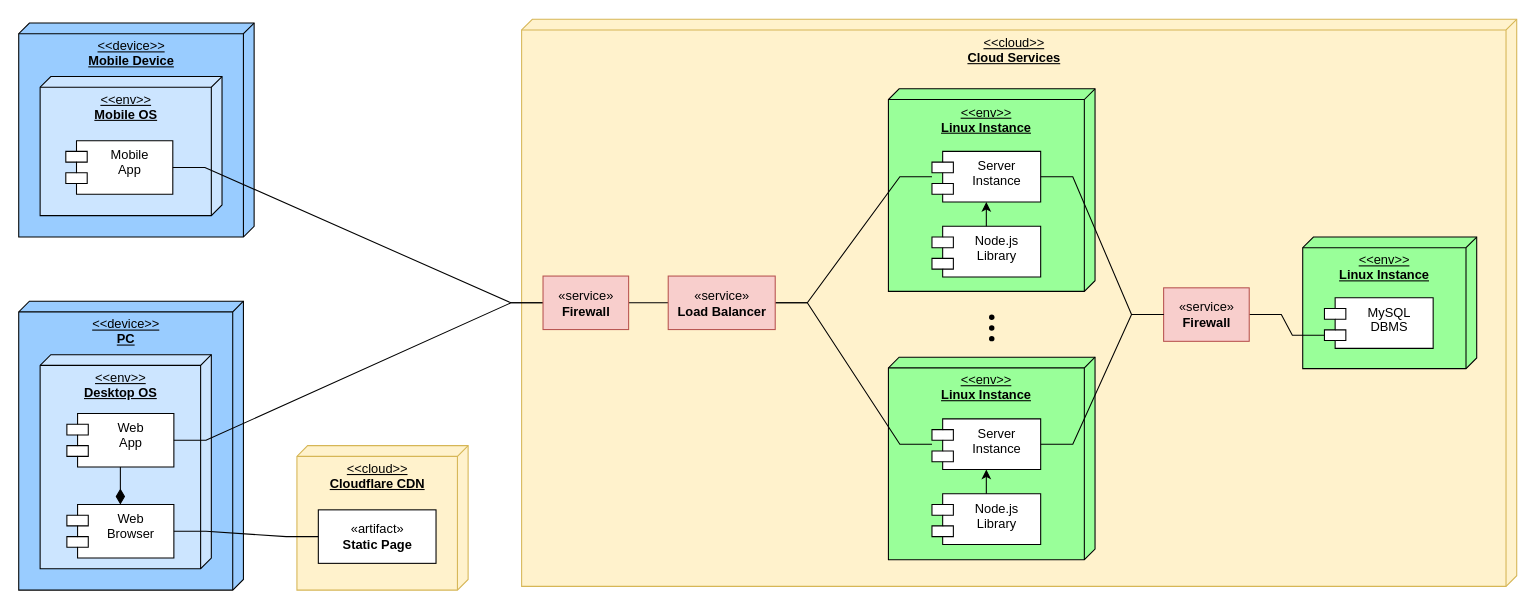
The draw.io diagram DD/images/draw.io/deployment_structure.drawio in andreafra/Software-Engineering-2-Project-2021, before the edit. Source tidied: cells renumbered, new cells numbered last; positions are measured from the earlier drawing's top-left corner, leaving out a move shared by most shapes. Both pictures are drawn from the tidied source at 107%, with x=0, y=0 at pixel (18, 19).
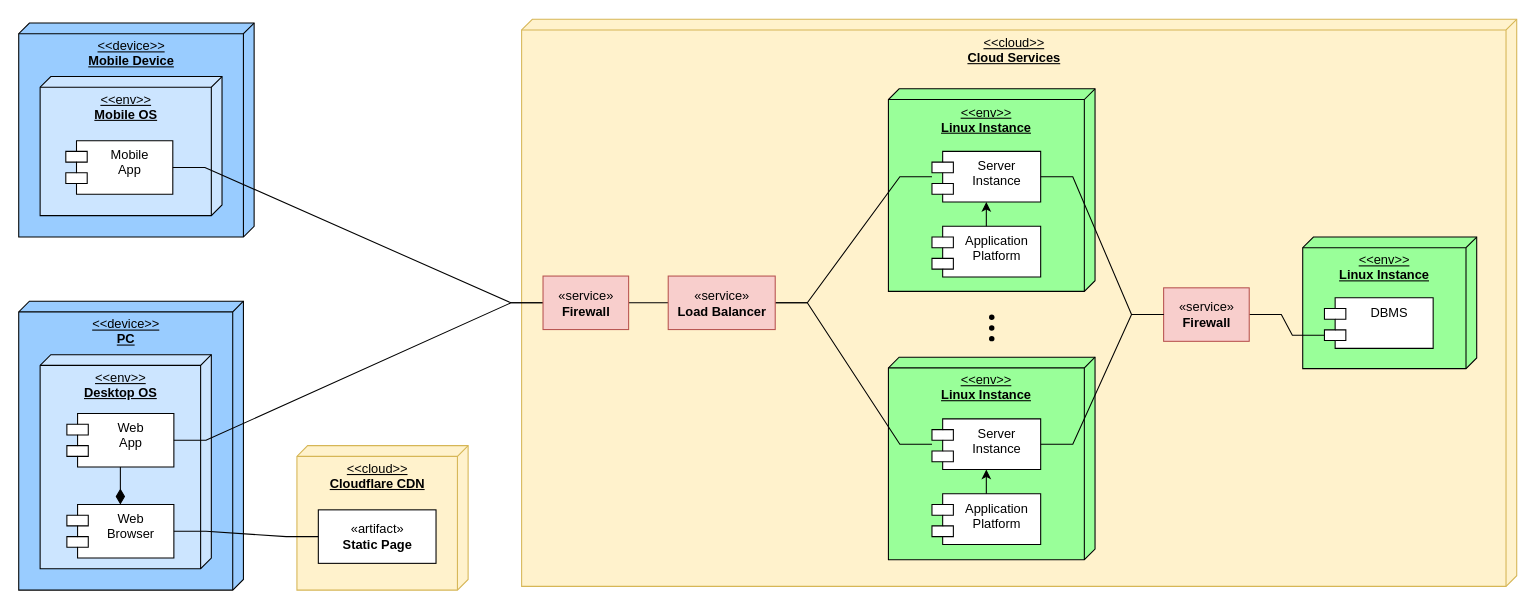
The same diagram, later.

The change refers to these unchanged cells:
```xml
<mxCell id="17" style="group;" parent="1" vertex="1">
  <mxGeometry x="812.8" y="64.5" width="193.1" height="189.3" as="geometry" />
</mxCell>
<mxCell id="23" style="group;" parent="1" vertex="1">
  <mxGeometry x="812.8" y="315.3" width="193.1" height="189.3" as="geometry" />
</mxCell>
<mxCell id="29" style="group;" parent="1" vertex="1">
  <mxGeometry x="1200" y="203" width="162.6" height="123" as="geometry" />
</mxCell>
```

Change to the diagram source:
```diff
@@
-    <mxCell id="20" value="Node.js&#10;Library" style="shape=module;align=left;spacingLeft=20;align=center;verticalAlign=top;" parent="17" vertex="1">
+    <mxCell id="20" value="Application&#10;Platform" style="shape=module;align=left;spacingLeft=20;align=center;verticalAlign=top;" parent="17" vertex="1">
       <mxGeometry x="40.7" y="128.5" width="101.6" height="47.3" as="geometry" />
     </mxCell>
@@
-    <mxCell id="26" value="Node.js&#10;Library" style="shape=module;align=left;spacingLeft=20;align=center;verticalAlign=top;" parent="23" vertex="1">
+    <mxCell id="26" value="Application&#10;Platform" style="shape=module;align=left;spacingLeft=20;align=center;verticalAlign=top;" parent="23" vertex="1">
       <mxGeometry x="40.7" y="127.7" width="101.6" height="47.3" as="geometry" />
     </mxCell>
@@
-    <mxCell id="31" value="MySQL&#10;DBMS" style="shape=module;align=left;spacingLeft=20;align=center;verticalAlign=top;" parent="29" vertex="1">
+    <mxCell id="31" value="DBMS" style="shape=module;align=left;spacingLeft=20;align=center;verticalAlign=top;" parent="29" vertex="1">
       <mxGeometry x="20.3" y="56.8" width="101.6" height="47.3" as="geometry" />
     </mxCell>
```
